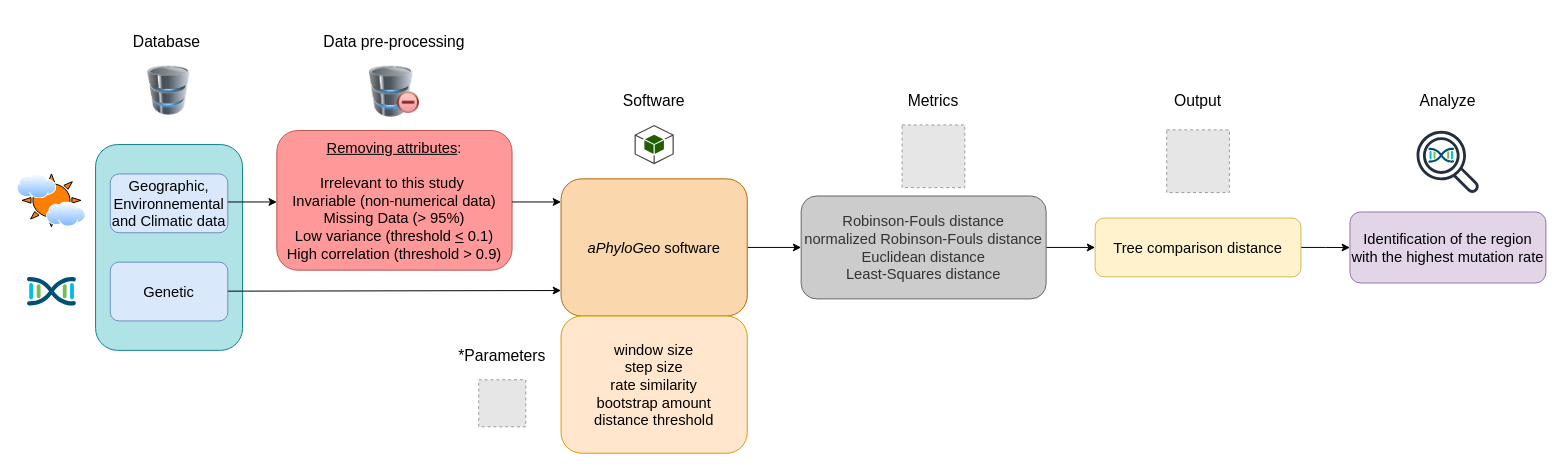
Before: papers/Gagnon_Kebe_Tahiri/diagram.drawio in scipy-conference/scipy_proceedings, a draw.io diagram. Source tidied: cells renumbered, new cells numbered last; positions are measured from the earlier drawing's top-left corner, leaving out a move shared by most shapes. Both pictures are drawn from the tidied source at 98%, with x=0, y=0 at pixel (17, 17). Pictures stored in the file or linked from it are replaced by grey dashed boxes.
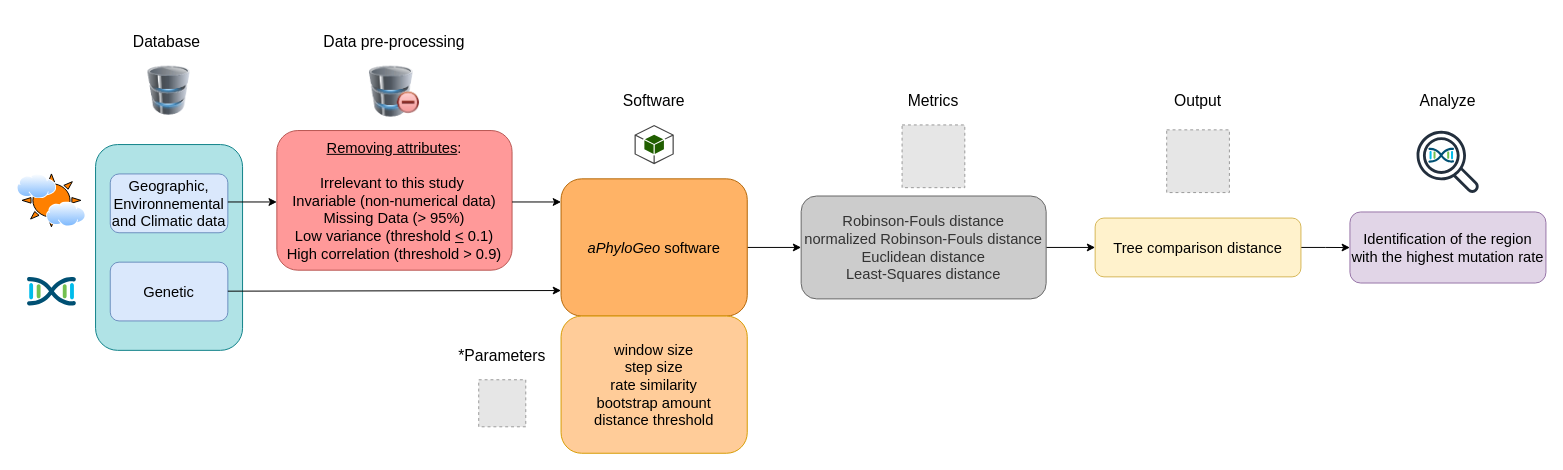
Above is the later version.

Commit message:
Mettre à jour diagram.drawio

The edit, as a diff of the source:
```diff
@@
-    <mxCell id="7" value="&lt;font style=&quot;font-size: 15px;&quot;&gt;&lt;i&gt;aPhyloGeo&lt;/i&gt; software&lt;/font&gt;" style="rounded=1;whiteSpace=wrap;html=1;fillColor=#fad7ac;strokeColor=#b46504;" parent="1" vertex="1">
+    <mxCell id="7" value="&lt;font style=&quot;font-size: 15px;&quot;&gt;&lt;i&gt;aPhyloGeo&lt;/i&gt; software&lt;/font&gt;" style="rounded=1;whiteSpace=wrap;html=1;fillColor=#FFB366;strokeColor=#b46504;" parent="1" vertex="1">
       <mxGeometry x="555" y="165" width="190" height="140" as="geometry" />
     </mxCell>
@@
-    <mxCell id="9" value="&lt;div style=&quot;margin-top: 0px; margin-bottom: 0px; padding-left: 0px; padding-right: 0px; font-size: 15px;&quot;&gt;&lt;span style=&quot;background-color: initial; font-size: 15px;&quot;&gt;window size&lt;br&gt;&lt;/span&gt;&lt;span style=&quot;background-color: initial; font-size: 15px;&quot;&gt;step size&lt;br&gt;&lt;/span&gt;&lt;span style=&quot;background-color: initial; font-size: 15px;&quot;&gt;rate similarity&lt;/span&gt;&lt;br style=&quot;&quot;&gt;&lt;span style=&quot;background-color: initial; font-size: 15px;&quot;&gt;bootstrap amount&lt;/span&gt;&lt;br style=&quot;&quot;&gt;&lt;span style=&quot;background-color: initial; font-size: 15px;&quot;&gt;distance threshold&lt;/span&gt;&lt;br&gt;&lt;/div&gt;" style="rounded=1;whiteSpace=wrap;html=1;align=center;fillColor=#ffe6cc;strokeColor=#d79b00;" parent="1" vertex="1">
+    <mxCell id="9" value="&lt;div style=&quot;margin-top: 0px; margin-bottom: 0px; padding-left: 0px; padding-right: 0px; font-size: 15px;&quot;&gt;&lt;span style=&quot;background-color: initial; font-size: 15px;&quot;&gt;window size&lt;br&gt;&lt;/span&gt;&lt;span style=&quot;background-color: initial; font-size: 15px;&quot;&gt;step size&lt;br&gt;&lt;/span&gt;&lt;span style=&quot;background-color: initial; font-size: 15px;&quot;&gt;rate similarity&lt;/span&gt;&lt;br style=&quot;&quot;&gt;&lt;span style=&quot;background-color: initial; font-size: 15px;&quot;&gt;bootstrap amount&lt;/span&gt;&lt;br style=&quot;&quot;&gt;&lt;span style=&quot;background-color: initial; font-size: 15px;&quot;&gt;distance threshold&lt;/span&gt;&lt;br&gt;&lt;/div&gt;" style="rounded=1;whiteSpace=wrap;html=1;align=center;fillColor=#FFCC99;strokeColor=#d79b00;" parent="1" vertex="1">
       <mxGeometry x="555" y="305" width="190" height="140" as="geometry" />
     </mxCell>
```
